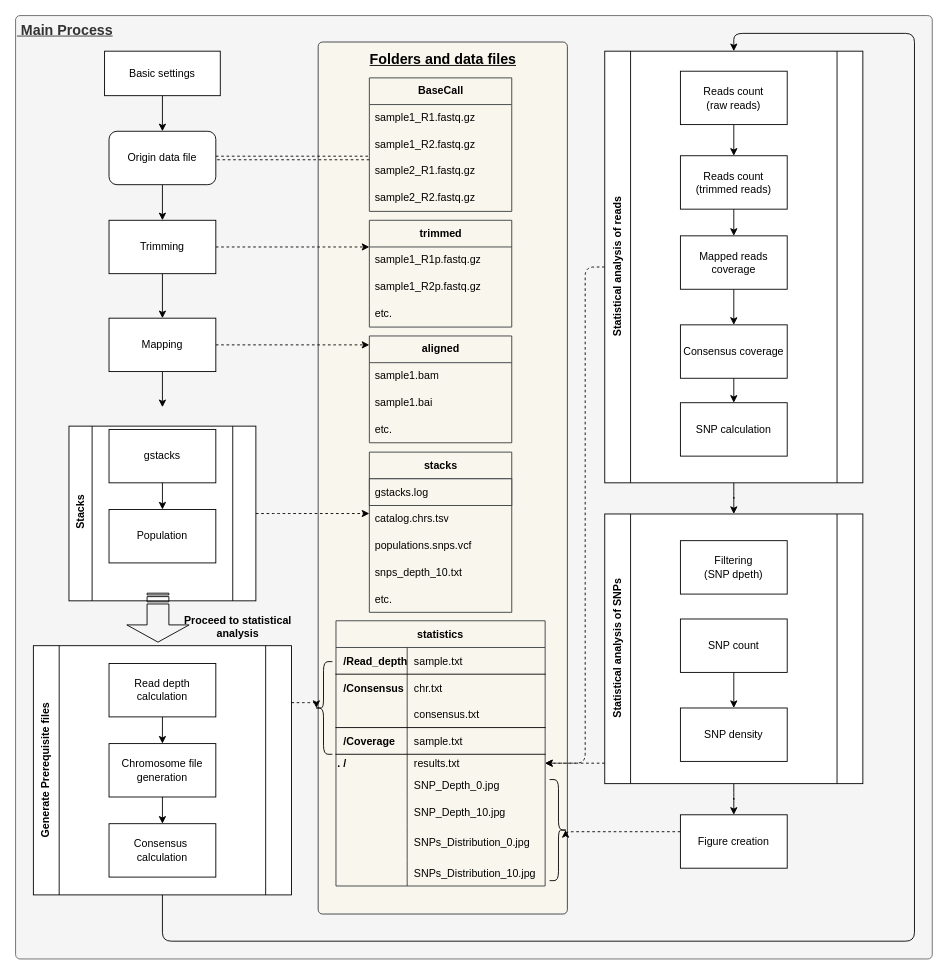
Before: Untitled Diagram.drawio in ShuXingYu94/diagrams.net_sharing, a draw.io diagram. Source tidied: cells renumbered, new cells numbered last; positions are measured from the earlier drawing's top-left corner, leaving out a move shared by most shapes. Both pictures are drawn from the tidied source at 89%, with x=0, y=0 at pixel (15, 15).
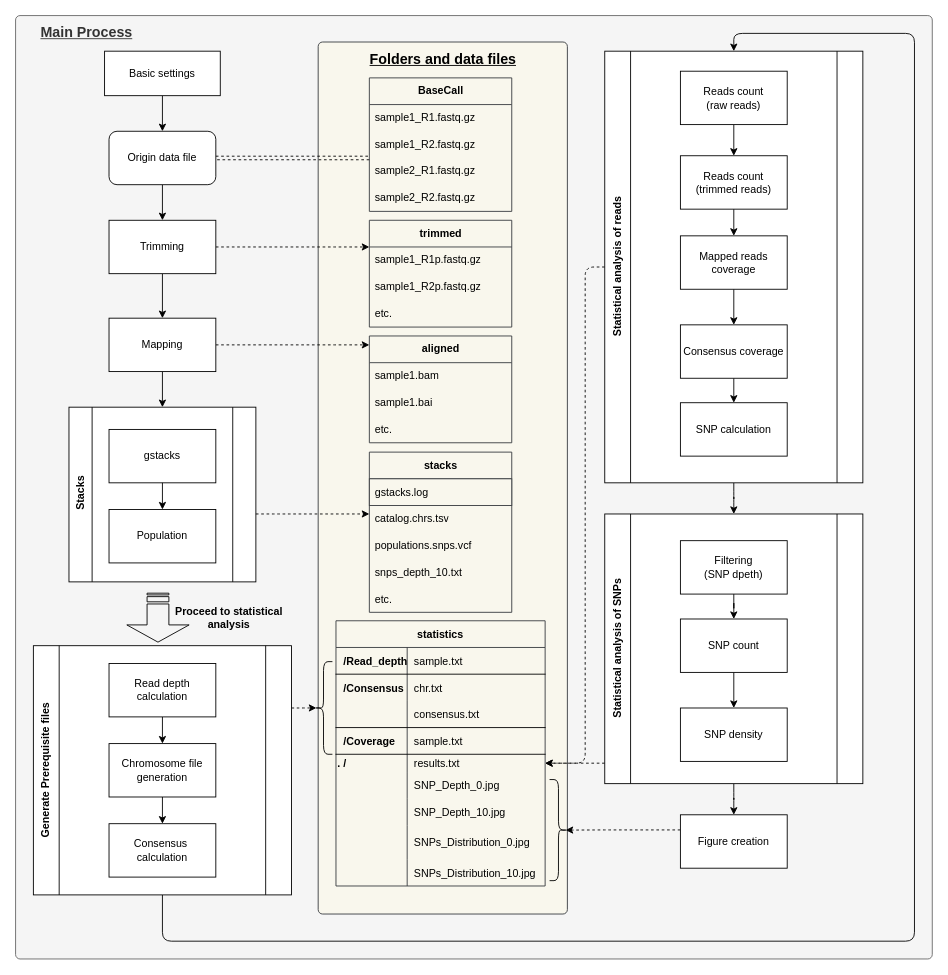
The same page after the edit.

Unchanged cells that the change refers to:
```xml
<mxCell id="5" style="group;" parent="2" vertex="1">
  <mxGeometry x="60" y="461.3" width="270" height="240.1" as="geometry" />
</mxCell>
<mxCell id="9" style="shape=curlyBracket;whiteSpace=wrap;html=1;rounded=1;flipH=1;labelPosition=right;verticalLabelPosition=middle;align=left;verticalAlign=middle;sketch=0;fillColor=none;gradientColor=none;rotation=-180;" parent="2" vertex="1">
  <mxGeometry x="336" y="725.9" width="20" height="104.1" as="geometry" />
</mxCell>
<mxCell id="10" style="shape=curlyBracket;whiteSpace=wrap;html=1;rounded=1;flipH=1;labelPosition=right;verticalLabelPosition=middle;align=left;verticalAlign=middle;sketch=0;fillColor=none;gradientColor=none;" parent="2" vertex="1">
  <mxGeometry x="600" y="858.4" width="20" height="113.6" as="geometry" />
</mxCell>
<mxCell id="38" value="Figure creation" style="whiteSpace=wrap;html=1;" parent="1" vertex="1">
  <mxGeometry x="747" y="898" width="120" height="60" as="geometry" />
</mxCell>
<mxCell id="41" value="Generate Prerequisite files" style="shape=process;whiteSpace=wrap;html=1;backgroundOutline=1;horizontal=0;verticalAlign=top;fontStyle=1;" parent="1" vertex="1">
  <mxGeometry x="20" y="708" width="290" height="280" as="geometry" />
</mxCell>
<mxCell id="64" value="Filtering&lt;br&gt;(SNP dpeth)" style="whiteSpace=wrap;html=1;" parent="1" vertex="1">
  <mxGeometry x="747" y="590" width="120" height="60" as="geometry" />
</mxCell>
<mxCell id="66" value="SNP count" style="whiteSpace=wrap;html=1;fontFamily=Helvetica;" parent="1" vertex="1">
  <mxGeometry x="747" y="678" width="120" height="60" as="geometry" />
</mxCell>
```

What changed in the source:
```diff
@@
-    <mxCell id="2" value="&lt;span style=&quot;white-space: pre;&quot;&gt; &lt;/span&gt;Main Process" style="rounded=1;absoluteArcSize=1;html=1;arcSize=10;sketch=0;fillColor=#f5f5f5;fontColor=#333333;strokeColor=#666666;fontStyle=5;align=left;verticalAlign=top;fontSize=16;" parent="1" vertex="1">
+    <mxCell id="2" style="rounded=1;absoluteArcSize=1;html=1;arcSize=10;sketch=0;fillColor=#f5f5f5;fontColor=#333333;strokeColor=#666666;fontStyle=5;align=left;verticalAlign=top;fontSize=16;" parent="1" vertex="1">
       <mxGeometry width="1030" height="1060" as="geometry" />
     </mxCell>
@@
     <mxCell id="6" value="&lt;span style=&quot;&quot;&gt;Proceed to statistical analysis&lt;/span&gt;" style="text;html=1;strokeColor=none;fillColor=none;align=center;verticalAlign=middle;whiteSpace=wrap;rounded=0;sketch=0;fontStyle=1;" parent="5" vertex="1">
-      <mxGeometry x="110" y="210.7" width="160" height="29.4" as="geometry" />
+      <mxGeometry x="100" y="200.5" width="160" height="29.4" as="geometry" />
     </mxCell>
-    <mxCell id="7" value="&lt;span style=&quot;white-space: pre;&quot;&gt; &lt;/span&gt;Stacks" style="shape=process;whiteSpace=wrap;html=1;backgroundOutline=1;size=0.125;align=center;verticalAlign=top;horizontal=0;fontStyle=1;" parent="5" vertex="1">
-      <mxGeometry width="210" height="196.3" as="geometry" />
-    </mxCell>
@@
+    <mxCell id="7" value="&lt;span style=&quot;white-space: pre;&quot;&gt; &lt;/span&gt;Stacks" style="shape=process;whiteSpace=wrap;html=1;backgroundOutline=1;size=0.125;align=center;verticalAlign=top;horizontal=0;fontStyle=1;" parent="2" vertex="1">
+      <mxGeometry x="60" y="440" width="210" height="196.3" as="geometry" />
+    </mxCell>
+    <mxCell id="103" value="&lt;span style=&quot;color: rgb(51, 51, 51); font-weight: 700; text-align: left;&quot;&gt; &lt;/span&gt;&lt;span style=&quot;color: rgb(51, 51, 51); font-weight: 700; text-align: left; text-decoration-line: underline;&quot;&gt;Main Process&lt;/span&gt;" style="text;html=1;strokeColor=none;fillColor=none;align=center;verticalAlign=middle;whiteSpace=wrap;rounded=0;dashed=1;sketch=0;fontSize=16;" parent="2" vertex="1">
+      <mxGeometry x="10" y="3.7" width="140" height="30" as="geometry" />
+    </mxCell>
@@
     <mxCell id="37" style="edgeStyle=orthogonalEdgeStyle;jettySize=auto;html=1;entryX=0.1;entryY=0.5;entryDx=0;entryDy=0;entryPerimeter=0;fontSize=16;startArrow=none;startFill=0;endArrow=classic;endFill=1;dashed=1;" parent="1" edge="1" source="38" target="10">
       <mxGeometry relative="1" as="geometry">
         <Array as="points">
-          <mxPoint x="680" y="917" />
-          <mxPoint x="680" y="917" />
+          <mxPoint x="660" y="915" />
+          <mxPoint x="660" y="915" />
         </Array>
       </mxGeometry>
     </mxCell>
@@
-    <mxCell id="40" style="edgeStyle=orthogonalEdgeStyle;jettySize=auto;html=1;entryX=0.1;entryY=0.5;entryDx=0;entryDy=0;entryPerimeter=0;fontSize=16;startArrow=none;startFill=0;endArrow=classic;endFill=1;dashed=1;" parent="1" edge="1" source="41" target="9">
+    <mxCell id="40" style="edgeStyle=orthogonalEdgeStyle;jettySize=auto;html=1;entryX=0.1;entryY=0.5;entryDx=0;entryDy=0;entryPerimeter=0;dashed=1;fontSize=16;startArrow=none;startFill=0;endArrow=classic;endFill=1;" parent="1" edge="1" source="41" target="9">
       <mxGeometry relative="1" as="geometry">
         <Array as="points">
-          <mxPoint x="320" y="772" />
-          <mxPoint x="320" y="772" />
+          <mxPoint x="320" y="778" />
+          <mxPoint x="320" y="778" />
         </Array>
       </mxGeometry>
     </mxCell>
@@
+    <mxCell id="104" style="edgeStyle=orthogonalEdgeStyle;jettySize=auto;html=1;fontSize=16;startArrow=none;startFill=0;endArrow=classic;endFill=1;" parent="1" edge="1" source="64" target="66">
+      <mxGeometry relative="1" as="geometry" />
+    </mxCell>
```
